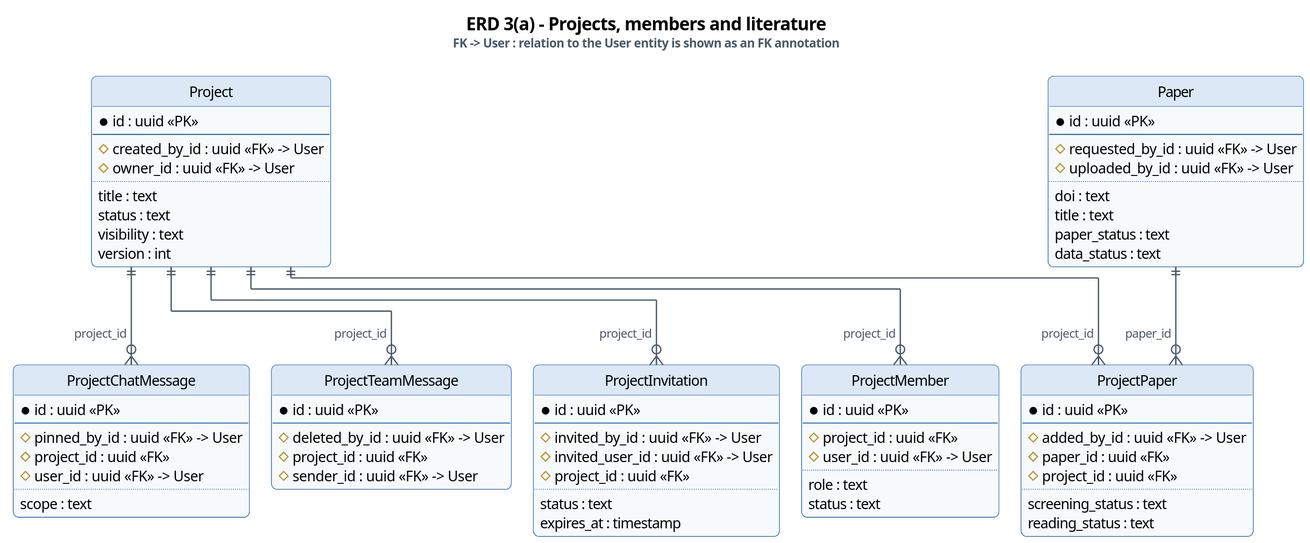
This is docs/diagrams/report3/R3_ERD3a_Projects_Members.svg from Khoa-Hoa-Technology-Solution-Company/lumi-gap, a PlantUML export, as it was before one commit. The source it was exported from:
```plantuml
@startuml
!pragma layout elk
skinparam dpi 150
skinparam defaultFontName "Segoe UI"
skinparam defaultFontSize 13
skinparam shadowing false
skinparam roundCorner 10
skinparam ArrowColor #4A5A6A
skinparam ArrowThickness 1.2
skinparam BorderColor #2F6DB5
skinparam BackgroundColor #FFFFFF
skinparam TitleFontSize 16
skinparam TitleFontStyle bold
skinparam usecase {
  BackgroundColor #EAF2FB
  BorderColor #2F6DB5
}
skinparam actor {
  BackgroundColor #FFFFFF
  BorderColor #1B2A3A
}
skinparam entity {
  BackgroundColor #F7FAFD
  BorderColor #2F6DB5
}
skinparam rectangle {
  BackgroundColor #F7F9FC
  BorderColor #2F6DB5
}

hide circle
hide empty methods
skinparam ArrowFontSize 11
skinparam ArrowFontColor #4A5A6A
skinparam class {
  BackgroundColor #F7FAFD
  BorderColor #2F6DB5
  HeaderBackgroundColor #DCE8F6
}
skinparam entity {
  BackgroundColor #F7FAFD
  BorderColor #2F6DB5
}
skinparam stereotypeFontSize 10
title
ERD 3(a) - Projects, members and literature
<size:11><color:#4A5A6A>FK -> User : relation to the User entity is shown as an FK annotation</color></size>
end title
entity Project {
  * id : uuid <<PK>>
  --
  # created_by_id : uuid <<FK>> -> User
  # owner_id : uuid <<FK>> -> User
  ..
  title : text
  status : text
  visibility : text
  version : int
}
entity ProjectMember {
  * id : uuid <<PK>>
  --
  # project_id : uuid <<FK>>
  # user_id : uuid <<FK>> -> User
  ..
  role : text
  status : text
}
entity ProjectPaper {
  * id : uuid <<PK>>
  --
  # added_by_id : uuid <<FK>> -> User
  # paper_id : uuid <<FK>>
  # project_id : uuid <<FK>>
  ..
  screening_status : text
  reading_status : text
}
entity Paper {
  * id : uuid <<PK>>
  --
  # requested_by_id : uuid <<FK>> -> User
  # uploaded_by_id : uuid <<FK>> -> User
  ..
  doi : text
  title : text
  paper_status : text
  data_status : text
}
entity ProjectInvitation {
  * id : uuid <<PK>>
  --
  # invited_by_id : uuid <<FK>> -> User
  # invited_user_id : uuid <<FK>> -> User
  # project_id : uuid <<FK>>
  ..
  status : text
  expires_at : timestamp
}
entity ProjectChatMessage {
  * id : uuid <<PK>>
  --
  # pinned_by_id : uuid <<FK>> -> User
  # project_id : uuid <<FK>>
  # user_id : uuid <<FK>> -> User
  ..
  scope : text
}
entity ProjectTeamMessage {
  * id : uuid <<PK>>
  --
  # deleted_by_id : uuid <<FK>> -> User
  # project_id : uuid <<FK>>
  # sender_id : uuid <<FK>> -> User
}
Project ||--o{ ProjectMember : project_id
Project ||--o{ ProjectPaper : project_id
Paper ||--o{ ProjectPaper : paper_id
Project ||--o{ ProjectChatMessage : project_id
Project ||--o{ ProjectTeamMessage : project_id
Project ||--o{ ProjectInvitation : project_id
@enduml
```
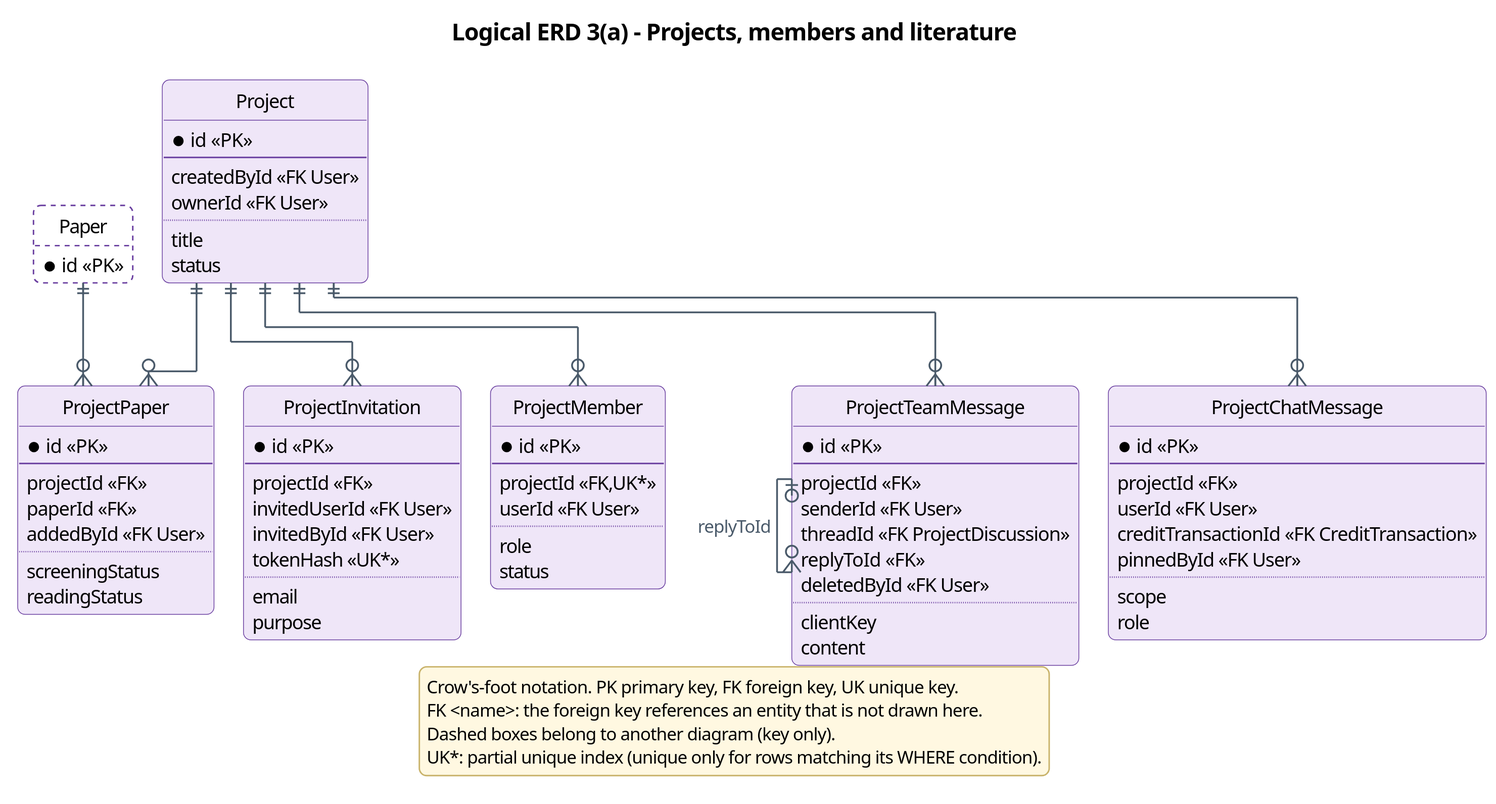
The same diagram one commit later.

What changed in the source:
```diff
@@ -1,122 +1,106 @@
 @startuml
 !pragma layout elk
-skinparam dpi 150
+skinparam dpi 200
 skinparam defaultFontName "Segoe UI"
 skinparam defaultFontSize 13
 skinparam shadowing false
 skinparam roundCorner 10
+skinparam backgroundColor #FFFFFF
 skinparam ArrowColor #4A5A6A
 skinparam ArrowThickness 1.2
-skinparam BorderColor #2F6DB5
-skinparam BackgroundColor #FFFFFF
+skinparam ArrowFontSize 12
+skinparam ArrowFontColor #4A5A6A
 skinparam TitleFontSize 16
 skinparam TitleFontStyle bold
-skinparam usecase {
-  BackgroundColor #EAF2FB
-  BorderColor #2F6DB5
+skinparam entity {
+  BackgroundColor #EFE6F8
+  BorderColor #6A3FA0
 }
-skinparam actor {
-  BackgroundColor #FFFFFF
-  BorderColor #1B2A3A
+skinparam legend {
+  BackgroundColor #FFF8E1
+  BorderColor #C9B36B
+  FontSize 12
 }
-skinparam entity {
-  BackgroundColor #F7FAFD
-  BorderColor #2F6DB5
-}
-skinparam rectangle {
-  BackgroundColor #F7F9FC
-  BorderColor #2F6DB5
-}
-
+skinparam stereotypeFontSize 10
 hide circle
 hide empty methods
-skinparam ArrowFontSize 11
-skinparam ArrowFontColor #4A5A6A
-skinparam class {
-  BackgroundColor #F7FAFD
-  BorderColor #2F6DB5
-  HeaderBackgroundColor #DCE8F6
+title Logical ERD 3(a) - Projects, members and literature
+entity Project #EFE6F8;line:6A3FA0 {
+  * id <<PK>>
+  --
+  createdById <<FK User>>
+  ownerId <<FK User>>
+  ..
+  title
+  status
 }
-skinparam entity {
-  BackgroundColor #F7FAFD
-  BorderColor #2F6DB5
+entity ProjectMember #EFE6F8;line:6A3FA0 {
+  * id <<PK>>
+  --
+  projectId <<FK,UK*>>
+  userId <<FK User>>
+  ..
+  role
+  status
 }
-skinparam stereotypeFontSize 10
-title
-ERD 3(a) - Projects, members and literature
-<size:11><color:#4A5A6A>FK -> User : relation to the User entity is shown as an FK annotation</color></size>
-end title
-entity Project {
-  * id : uuid <<PK>>
+entity ProjectPaper #EFE6F8;line:6A3FA0 {
+  * id <<PK>>
   --
-  # created_by_id : uuid <<FK>> -> User
-  # owner_id : uuid <<FK>> -> User
+  projectId <<FK>>
+  paperId <<FK>>
+  addedById <<FK User>>
   ..
-  title : text
-  status : text
-  visibility : text
-  version : int
+  screeningStatus
+  readingStatus
 }
-entity ProjectMember {
-  * id : uuid <<PK>>
+entity ProjectInvitation #EFE6F8;line:6A3FA0 {
+  * id <<PK>>
   --
-  # project_id : uuid <<FK>>
-  # user_id : uuid <<FK>> -> User
+  projectId <<FK>>
+  invitedUserId <<FK User>>
+  invitedById <<FK User>>
+  tokenHash <<UK*>>
   ..
-  role : text
-  status : text
+  email
+  purpose
 }
-entity ProjectPaper {
-  * id : uuid <<PK>>
+entity ProjectChatMessage #EFE6F8;line:6A3FA0 {
+  * id <<PK>>
   --
-  # added_by_id : uuid <<FK>> -> User
-  # paper_id : uuid <<FK>>
-  # project_id : uuid <<FK>>
+  projectId <<FK>>
+  userId <<FK User>>
+  creditTransactionId <<FK CreditTransaction>>
+  pinnedById <<FK User>>
   ..
-  screening_status : text
-  reading_status : text
+  scope
+  role
 }
-entity Paper {
-  * id : uuid <<PK>>
+entity ProjectTeamMessage #EFE6F8;line:6A3FA0 {
+  * id <<PK>>
   --
-  # requested_by_id : uuid <<FK>> -> User
-  # uploaded_by_id : uuid <<FK>> -> User
+  projectId <<FK>>
+  senderId <<FK User>>
+  threadId <<FK ProjectDiscussion>>
+  replyToId <<FK>>
+  deletedById <<FK User>>
   ..
-  doi : text
-  title : text
-  paper_status : text
-  data_status : text
+  clientKey
+  content
 }
-entity ProjectInvitation {
-  * id : uuid <<PK>>
-  --
-  # invited_by_id : uuid <<FK>> -> User
-  # invited_user_id : uuid <<FK>> -> User
-  # project_id : uuid <<FK>>
-  ..
-  status : text
-  expires_at : timestamp
+entity Paper #FFFFFF;line:6A3FA0;line.dashed {
+  * id <<PK>>
 }
-entity ProjectChatMessage {
-  * id : uuid <<PK>>
-  --
-  # pinned_by_id : uuid <<FK>> -> User
-  # project_id : uuid <<FK>>
-  # user_id : uuid <<FK>> -> User
-  ..
-  scope : text
-}
-entity ProjectTeamMessage {
-  * id : uuid <<PK>>
-  --
-  # deleted_by_id : uuid <<FK>> -> User
-  # project_id : uuid <<FK>>
-  # sender_id : uuid <<FK>> -> User
-}
-Project ||--o{ ProjectMember : project_id
-Project ||--o{ ProjectPaper : project_id
-Paper ||--o{ ProjectPaper : paper_id
-Project ||--o{ ProjectChatMessage : project_id
-Project ||--o{ ProjectTeamMessage : project_id
-Project ||--o{ ProjectInvitation : project_id
+Paper ||--o{ ProjectPaper
+ProjectTeamMessage |o--o{ ProjectTeamMessage : replyToId
+Project ||--o{ ProjectChatMessage
+Project ||--o{ ProjectInvitation
+Project ||--o{ ProjectMember
+Project ||--o{ ProjectPaper
+Project ||--o{ ProjectTeamMessage
+legend bottom
+Crow's-foot notation. PK primary key, FK foreign key, UK unique key.
+FK <name>: the foreign key references an entity that is not drawn here.
+Dashed boxes belong to another diagram (key only).
+UK*: partial unique index (unique only for rows matching its WHERE condition).
+endlegend
 @enduml
```
